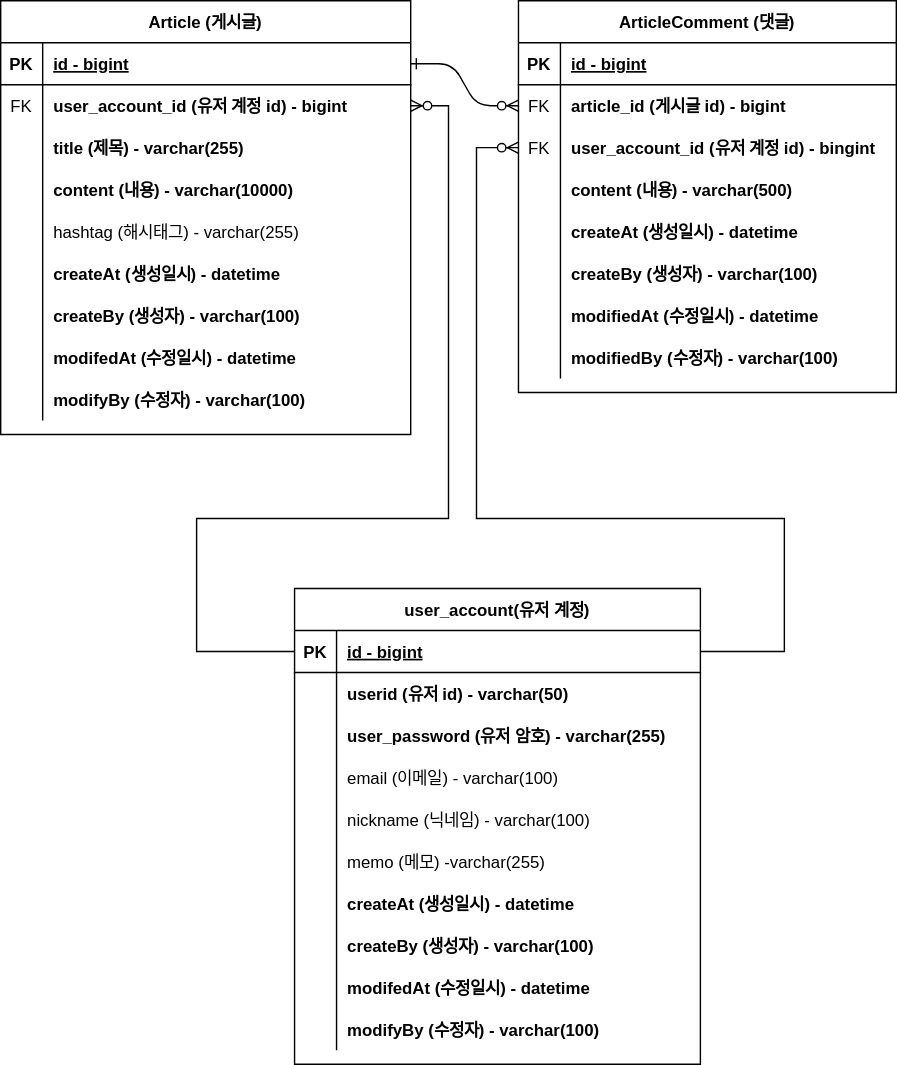
This is document/project-board-erd.svg from mdgome/fastcampus-board-project, a draw.io export, as it was before one commit. Source tidied: cells renumbered, new cells last; positions are measured from the earlier drawing's top-left corner, leaving out a move shared by most shapes.
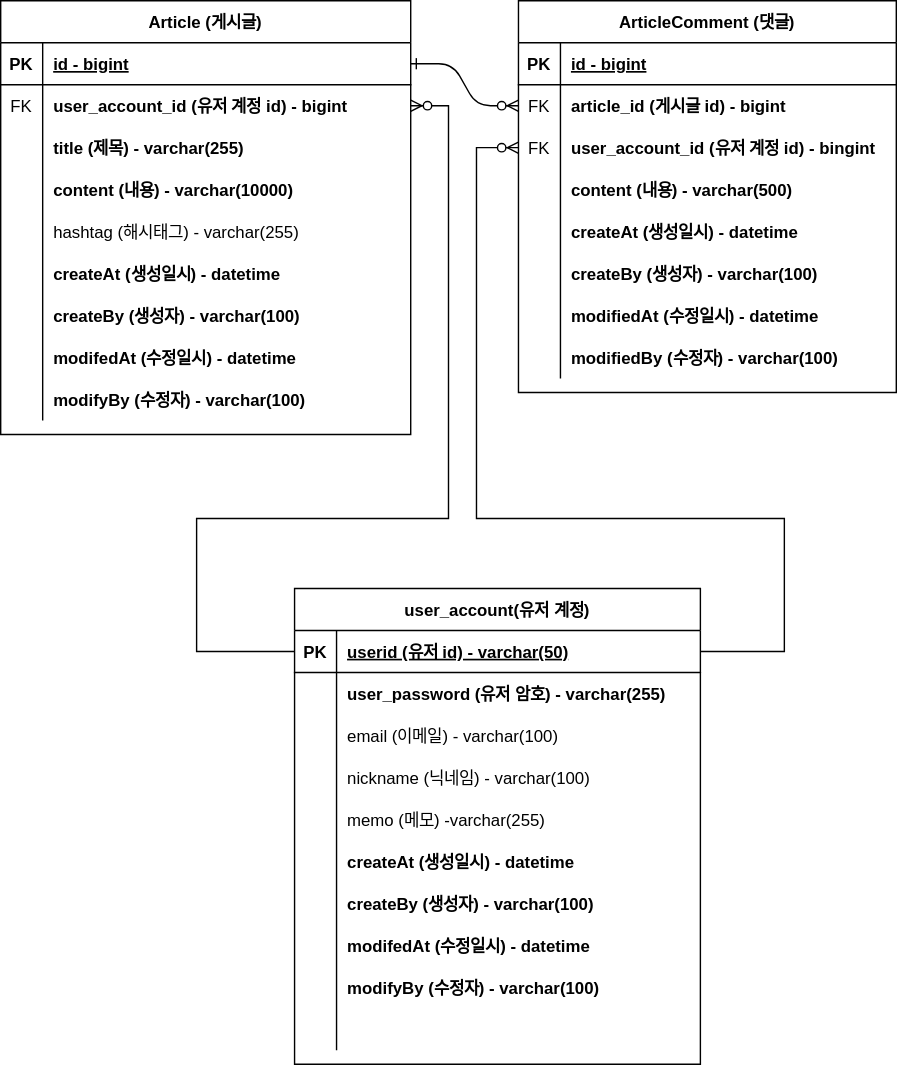
After the change.

Commit message:
유니크 키 추가

The edit, as a diff of the source:
```diff
@@ -173,20 +173,11 @@
     <mxCell id="58" value="PK" style="shape=partialRectangle;overflow=hidden;fillColor=none;top=0;left=0;bottom=0;right=0;fontStyle=1;" parent="57" vertex="1">
       <mxGeometry width="30" height="30" as="geometry" />
     </mxCell>
-    <mxCell id="59" value="id - bigint" style="shape=partialRectangle;overflow=hidden;fillColor=none;top=0;left=0;bottom=0;right=0;align=left;spacingLeft=6;fontStyle=5;" parent="57" vertex="1">
+    <mxCell id="59" value="userid (유저 id) - varchar(50)" style="shape=partialRectangle;overflow=hidden;fillColor=none;top=0;left=0;bottom=0;right=0;align=left;spacingLeft=6;fontStyle=5;" parent="57" vertex="1">
       <mxGeometry x="30" width="260" height="30" as="geometry" />
     </mxCell>
-    <mxCell id="60" style="shape=partialRectangle;fillColor=none;top=0;left=0;right=0;bottom=0;" parent="56" vertex="1">
-      <mxGeometry y="60" width="290" height="30" as="geometry" />
-    </mxCell>
-    <mxCell id="61" style="shape=partialRectangle;overflow=hidden;fillColor=none;top=0;left=0;bottom=0;right=0;" parent="60" vertex="1">
-      <mxGeometry width="30" height="30" as="geometry" />
-    </mxCell>
-    <mxCell id="62" value="userid (유저 id) - varchar(50)" style="shape=partialRectangle;overflow=hidden;fillColor=none;top=0;left=0;bottom=0;right=0;align=left;spacingLeft=6;fontStyle=1;" parent="60" vertex="1">
-      <mxGeometry x="30" width="260" height="30" as="geometry" />
-    </mxCell>
     <mxCell id="63" style="shape=partialRectangle;fillColor=none;top=0;left=0;right=0;bottom=0;" parent="56" vertex="1">
-      <mxGeometry y="90" width="290" height="30" as="geometry" />
+      <mxGeometry y="60" width="290" height="30" as="geometry" />
     </mxCell>
     <mxCell id="64" style="shape=partialRectangle;overflow=hidden;fillColor=none;top=0;left=0;bottom=0;right=0;" parent="63" vertex="1">
       <mxGeometry width="30" height="30" as="geometry" />
@@ -195,7 +186,7 @@
       <mxGeometry x="30" width="260" height="30" as="geometry" />
     </mxCell>
     <mxCell id="66" style="shape=partialRectangle;fillColor=none;top=0;left=0;right=0;bottom=0;" parent="56" vertex="1">
-      <mxGeometry y="120" width="290" height="30" as="geometry" />
+      <mxGeometry y="90" width="290" height="30" as="geometry" />
     </mxCell>
     <mxCell id="67" style="shape=partialRectangle;overflow=hidden;fillColor=none;top=0;left=0;bottom=0;right=0;" parent="66" vertex="1">
       <mxGeometry width="30" height="30" as="geometry" />
@@ -204,7 +195,7 @@
       <mxGeometry x="30" width="260" height="30" as="geometry" />
     </mxCell>
     <mxCell id="69" style="shape=partialRectangle;fillColor=none;top=0;left=0;right=0;bottom=0;" parent="56" vertex="1">
-      <mxGeometry y="150" width="290" height="30" as="geometry" />
+      <mxGeometry y="120" width="290" height="30" as="geometry" />
     </mxCell>
     <mxCell id="70" style="shape=partialRectangle;overflow=hidden;fillColor=none;top=0;left=0;bottom=0;right=0;" parent="69" vertex="1">
       <mxGeometry width="30" height="30" as="geometry" />
@@ -213,7 +204,7 @@
       <mxGeometry x="30" width="260" height="30" as="geometry" />
     </mxCell>
     <mxCell id="72" style="shape=partialRectangle;fillColor=none;top=0;left=0;right=0;bottom=0;" parent="56" vertex="1">
-      <mxGeometry y="180" width="290" height="30" as="geometry" />
+      <mxGeometry y="150" width="290" height="30" as="geometry" />
     </mxCell>
     <mxCell id="73" style="shape=partialRectangle;overflow=hidden;fillColor=none;top=0;left=0;bottom=0;right=0;" parent="72" vertex="1">
       <mxGeometry width="30" height="30" as="geometry" />
@@ -222,7 +213,7 @@
       <mxGeometry x="30" width="260" height="30" as="geometry" />
     </mxCell>
     <mxCell id="75" style="shape=partialRectangle;fillColor=none;top=0;left=0;right=0;bottom=0;" parent="56" vertex="1">
-      <mxGeometry y="210" width="290" height="30" as="geometry" />
+      <mxGeometry y="180" width="290" height="30" as="geometry" />
     </mxCell>
     <mxCell id="76" style="shape=partialRectangle;overflow=hidden;fillColor=none;top=0;left=0;bottom=0;right=0;" parent="75" vertex="1">
       <mxGeometry width="30" height="30" as="geometry" />
@@ -231,7 +222,7 @@
       <mxGeometry x="30" width="260" height="30" as="geometry" />
     </mxCell>
     <mxCell id="78" style="shape=partialRectangle;fillColor=none;top=0;left=0;right=0;bottom=0;" parent="56" vertex="1">
-      <mxGeometry y="240" width="290" height="30" as="geometry" />
+      <mxGeometry y="210" width="290" height="30" as="geometry" />
     </mxCell>
     <mxCell id="79" style="shape=partialRectangle;overflow=hidden;fillColor=none;top=0;left=0;bottom=0;right=0;" parent="78" vertex="1">
       <mxGeometry width="30" height="30" as="geometry" />
@@ -240,7 +231,7 @@
       <mxGeometry x="30" width="260" height="30" as="geometry" />
     </mxCell>
     <mxCell id="81" style="shape=partialRectangle;fillColor=none;top=0;left=0;right=0;bottom=0;" parent="56" vertex="1">
-      <mxGeometry y="270" width="290" height="30" as="geometry" />
+      <mxGeometry y="240" width="290" height="30" as="geometry" />
     </mxCell>
     <mxCell id="82" style="shape=partialRectangle;overflow=hidden;fillColor=none;top=0;left=0;bottom=0;right=0;" parent="81" vertex="1">
       <mxGeometry width="30" height="30" as="geometry" />
@@ -249,7 +240,7 @@
       <mxGeometry x="30" width="260" height="30" as="geometry" />
     </mxCell>
     <mxCell id="84" style="shape=partialRectangle;fillColor=none;top=0;left=0;right=0;bottom=0;" parent="56" vertex="1">
-      <mxGeometry y="300" width="290" height="30" as="geometry" />
+      <mxGeometry y="270" width="290" height="30" as="geometry" />
     </mxCell>
     <mxCell id="85" style="shape=partialRectangle;overflow=hidden;fillColor=none;top=0;left=0;bottom=0;right=0;" parent="84" vertex="1">
       <mxGeometry width="30" height="30" as="geometry" />
@@ -257,6 +248,15 @@
     <mxCell id="86" value="modifyBy (수정자) - varchar(100)" style="shape=partialRectangle;overflow=hidden;fillColor=none;top=0;left=0;bottom=0;right=0;align=left;spacingLeft=6;fontStyle=1;" parent="84" vertex="1">
       <mxGeometry x="30" width="260" height="30" as="geometry" />
     </mxCell>
+    <mxCell id="60" style="shape=partialRectangle;fillColor=none;top=0;left=0;right=0;bottom=0;" parent="56" vertex="1">
+      <mxGeometry y="300" width="290" height="30" as="geometry" />
+    </mxCell>
+    <mxCell id="61" style="shape=partialRectangle;overflow=hidden;fillColor=none;top=0;left=0;bottom=0;right=0;" parent="60" vertex="1">
+      <mxGeometry width="30" height="30" as="geometry" />
+    </mxCell>
+    <mxCell id="62" style="shape=partialRectangle;overflow=hidden;fillColor=none;top=0;left=0;bottom=0;right=0;align=left;spacingLeft=6;fontStyle=1;" parent="60" vertex="1">
+      <mxGeometry x="30" width="260" height="30" as="geometry" />
+    </mxCell>
     <mxCell id="87" style="edgeStyle=orthogonalEdgeStyle;fontSize=12;html=1;endArrow=ERzeroToMany;endFill=1;rounded=0;entryX=1;entryY=0.5;entryDx=0;entryDy=0;exitX=0;exitY=0.5;exitDx=0;exitDy=0;" parent="1" edge="1" source="57" target="32">
       <mxGeometry relative="1" as="geometry">
         <Array as="points">
```
